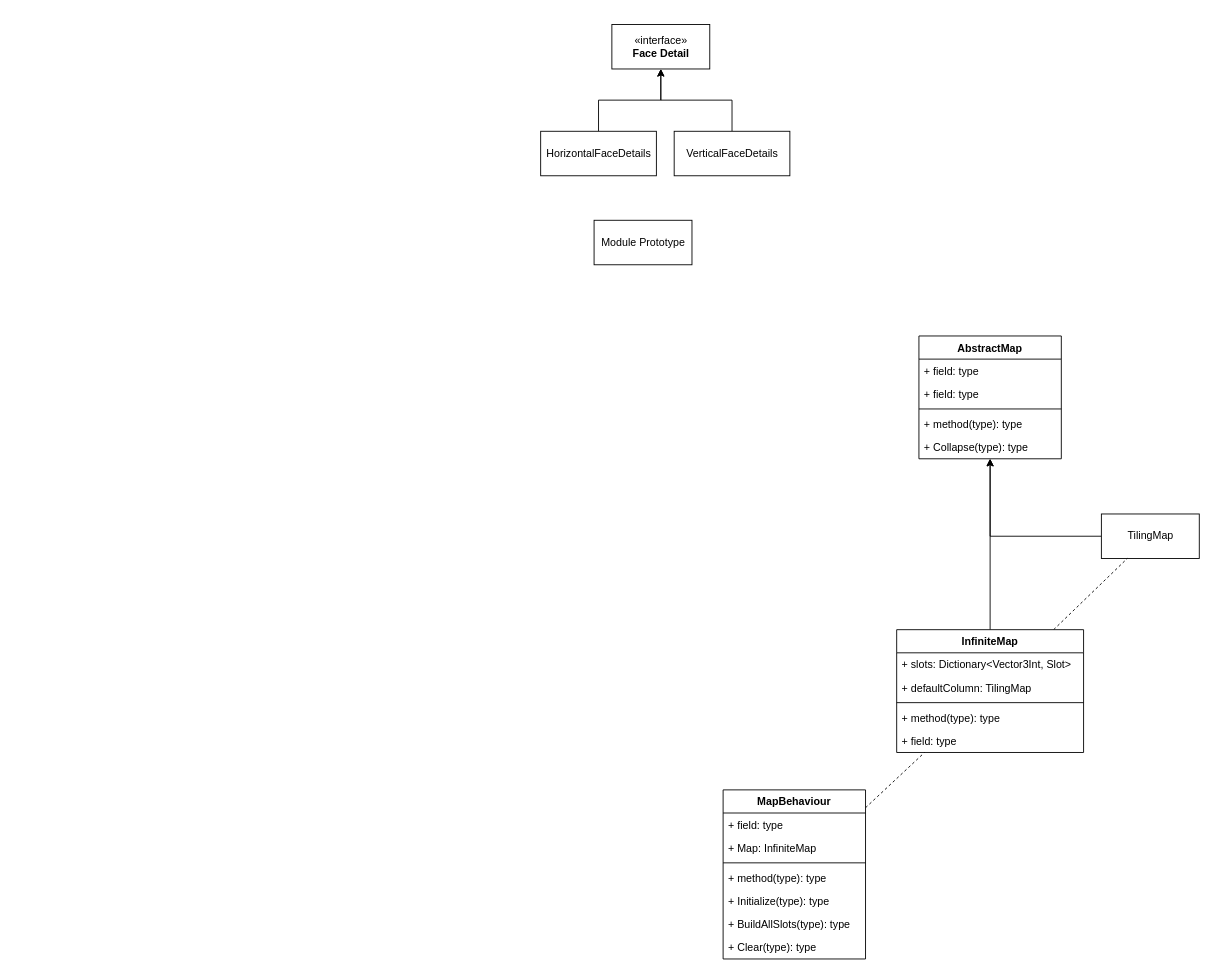
Earlier version of the draw.io diagram WFC.drawio (gatzai/DrawioStorage). Source tidied: cells renumbered, new cells numbered last; positions are measured from the earlier drawing's top-left corner, leaving out a move shared by most shapes. Both pictures are drawn from the tidied source at 89%, with x=0, y=0 at pixel (540, 24).
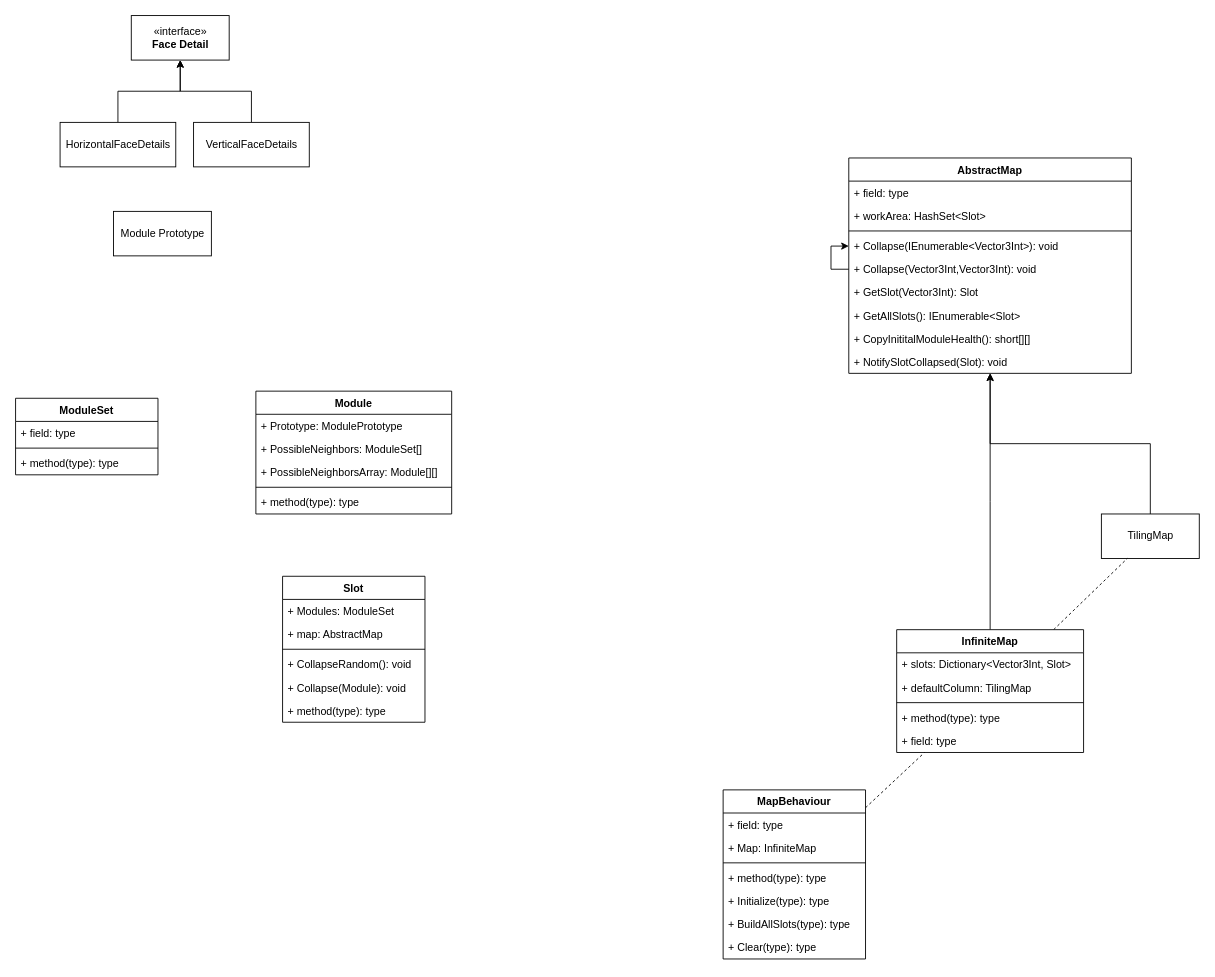
Above is the later version.

Change to the diagram source:
```diff
@@
     <mxCell id="2" value="Module Prototype" style="html=1;" parent="1" vertex="1">
-      <mxGeometry x="60" y="220" width="110" height="50" as="geometry" />
+      <mxGeometry x="-480" y="210" width="110" height="50" as="geometry" />
     </mxCell>
     <mxCell id="3" value="«interface»&lt;br&gt;&lt;b&gt;Face Detail&lt;/b&gt;" style="html=1;" parent="1" vertex="1">
-      <mxGeometry x="80" width="110" height="50" as="geometry" />
+      <mxGeometry x="-460" y="-10" width="110" height="50" as="geometry" />
     </mxCell>
@@
     <mxCell id="5" value="HorizontalFaceDetails" style="html=1;" parent="1" vertex="1">
-      <mxGeometry y="120" width="130" height="50" as="geometry" />
+      <mxGeometry x="-540" y="110" width="130" height="50" as="geometry" />
     </mxCell>
@@
     <mxCell id="7" value="VerticalFaceDetails" style="html=1;" parent="1" vertex="1">
-      <mxGeometry x="150" y="120" width="130" height="50" as="geometry" />
+      <mxGeometry x="-390" y="110" width="130" height="50" as="geometry" />
     </mxCell>
@@
     <mxCell id="27" value="AbstractMap" style="swimlane;fontStyle=1;align=center;verticalAlign=top;horizontal=1;startSize=26;" parent="1" vertex="1">
-      <mxGeometry x="425" y="350" width="160" height="138" as="geometry" />
+      <mxGeometry x="346.2" y="150" width="317.5" height="242" as="geometry" />
     </mxCell>
     <mxCell id="28" value="+ field: type" style="text;strokeColor=none;fillColor=none;align=left;verticalAlign=top;spacingLeft=4;spacingRight=4;overflow=hidden;" parent="27" vertex="1">
-      <mxGeometry y="26" width="160" height="26" as="geometry" />
+      <mxGeometry y="26" width="317.5" height="26" as="geometry" />
     </mxCell>
-    <mxCell id="29" value="+ field: type" style="text;strokeColor=none;fillColor=none;align=left;verticalAlign=top;spacingLeft=4;spacingRight=4;overflow=hidden;" parent="27" vertex="1">
-      <mxGeometry y="52" width="160" height="26" as="geometry" />
+    <mxCell id="29" value="+ workArea: HashSet&lt;Slot&gt;" style="text;strokeColor=none;fillColor=none;align=left;verticalAlign=top;spacingLeft=4;spacingRight=4;overflow=hidden;" parent="27" vertex="1">
+      <mxGeometry y="52" width="317.5" height="26" as="geometry" />
     </mxCell>
     <mxCell id="30" style="line;strokeWidth=1;fillColor=none;align=left;verticalAlign=middle;spacingTop=-1;spacingLeft=3;spacingRight=3;labelPosition=right;" parent="27" vertex="1">
-      <mxGeometry y="78" width="160" height="8" as="geometry" />
+      <mxGeometry y="78" width="317.5" height="8" as="geometry" />
     </mxCell>
-    <mxCell id="31" value="+ method(type): type" style="text;strokeColor=none;fillColor=none;align=left;verticalAlign=top;spacingLeft=4;spacingRight=4;overflow=hidden;" parent="27" vertex="1">
-      <mxGeometry y="86" width="160" height="26" as="geometry" />
-    </mxCell>
-    <mxCell id="32" value="+ Collapse(type): type" style="text;strokeColor=none;fillColor=none;align=left;verticalAlign=top;spacingLeft=4;spacingRight=4;overflow=hidden;points=[[0,0.5],[1,0.5]];portConstraint=eastwest;" parent="27" vertex="1">
-      <mxGeometry y="112" width="160" height="26" as="geometry" />
+    <mxCell id="32" value="+ Collapse(IEnumerable&lt;Vector3Int&gt;): void" style="text;strokeColor=none;fillColor=none;align=left;verticalAlign=top;spacingLeft=4;spacingRight=4;overflow=hidden;points=[[0,0.5],[1,0.5]];portConstraint=eastwest;" parent="27" vertex="1">
+      <mxGeometry y="86" width="317.5" height="26" as="geometry" />
     </mxCell>
+    <mxCell id="33" style="edgeStyle=orthogonalEdgeStyle;rounded=0;jettySize=auto;html=1;" parent="27" edge="1" source="34" target="32">
+      <mxGeometry relative="1" as="geometry" />
+    </mxCell>
+    <mxCell id="34" value="+ Collapse(Vector3Int,Vector3Int): void" style="text;strokeColor=none;fillColor=none;align=left;verticalAlign=top;spacingLeft=4;spacingRight=4;overflow=hidden;points=[[0,0.5],[1,0.5]];portConstraint=eastwest;" parent="27" vertex="1">
+      <mxGeometry y="112" width="317.5" height="26" as="geometry" />
+    </mxCell>
+    <mxCell id="35" value="+ GetSlot(Vector3Int): Slot" style="text;strokeColor=none;fillColor=none;align=left;verticalAlign=top;spacingLeft=4;spacingRight=4;overflow=hidden;" parent="27" vertex="1">
+      <mxGeometry y="138" width="317.5" height="26" as="geometry" />
+    </mxCell>
+    <mxCell id="36" value="+ GetAllSlots(): IEnumerable&lt;Slot&gt;" style="text;strokeColor=none;fillColor=none;align=left;verticalAlign=top;spacingLeft=4;spacingRight=4;overflow=hidden;" parent="27" vertex="1">
+      <mxGeometry y="164" width="317.5" height="26" as="geometry" />
+    </mxCell>
+    <mxCell id="37" value="+ CopyInititalModuleHealth(): short[][]" style="text;strokeColor=none;fillColor=none;align=left;verticalAlign=top;spacingLeft=4;spacingRight=4;overflow=hidden;" parent="27" vertex="1">
+      <mxGeometry y="190" width="317.5" height="26" as="geometry" />
+    </mxCell>
+    <mxCell id="38" value="+ NotifySlotCollapsed(Slot): void" style="text;strokeColor=none;fillColor=none;align=left;verticalAlign=top;spacingLeft=4;spacingRight=4;overflow=hidden;" parent="27" vertex="1">
+      <mxGeometry y="216" width="317.5" height="26" as="geometry" />
+    </mxCell>
+    <mxCell id="39" value="Slot" style="swimlane;fontStyle=1;align=center;verticalAlign=top;horizontal=1;startSize=26;" parent="1" vertex="1">
+      <mxGeometry x="-290" y="620" width="160" height="164" as="geometry" />
+    </mxCell>
+    <mxCell id="40" value="+ Modules: ModuleSet" style="text;strokeColor=none;fillColor=none;align=left;verticalAlign=top;spacingLeft=4;spacingRight=4;overflow=hidden;" parent="39" vertex="1">
+      <mxGeometry y="26" width="160" height="26" as="geometry" />
+    </mxCell>
+    <mxCell id="41" value="+ map: AbstractMap" style="text;strokeColor=none;fillColor=none;align=left;verticalAlign=top;spacingLeft=4;spacingRight=4;overflow=hidden;" parent="39" vertex="1">
+      <mxGeometry y="52" width="160" height="26" as="geometry" />
+    </mxCell>
+    <mxCell id="42" style="line;strokeWidth=1;fillColor=none;align=left;verticalAlign=middle;spacingTop=-1;spacingLeft=3;spacingRight=3;labelPosition=right;" parent="39" vertex="1">
+      <mxGeometry y="78" width="160" height="8" as="geometry" />
+    </mxCell>
+    <mxCell id="43" value="+ CollapseRandom(): void" style="text;strokeColor=none;fillColor=none;align=left;verticalAlign=top;spacingLeft=4;spacingRight=4;overflow=hidden;" parent="39" vertex="1">
+      <mxGeometry y="86" width="160" height="26" as="geometry" />
+    </mxCell>
+    <mxCell id="44" value="+ Collapse(Module): void" style="text;strokeColor=none;fillColor=none;align=left;verticalAlign=top;spacingLeft=4;spacingRight=4;overflow=hidden;" parent="39" vertex="1">
+      <mxGeometry y="112" width="160" height="26" as="geometry" />
+    </mxCell>
+    <mxCell id="45" value="+ method(type): type" style="text;strokeColor=none;fillColor=none;align=left;verticalAlign=top;spacingLeft=4;spacingRight=4;overflow=hidden;" parent="39" vertex="1">
+      <mxGeometry y="138" width="160" height="26" as="geometry" />
+    </mxCell>
+    <mxCell id="46" value="Module" style="swimlane;fontStyle=1;align=center;verticalAlign=top;horizontal=1;startSize=26;" parent="1" vertex="1">
+      <mxGeometry x="-320" y="412" width="220" height="138" as="geometry" />
+    </mxCell>
+    <mxCell id="47" value="+ Prototype: ModulePrototype" style="text;strokeColor=none;fillColor=none;align=left;verticalAlign=top;spacingLeft=4;spacingRight=4;overflow=hidden;" parent="46" vertex="1">
+      <mxGeometry y="26" width="220" height="26" as="geometry" />
+    </mxCell>
+    <mxCell id="48" value="+ PossibleNeighbors: ModuleSet[]" style="text;strokeColor=none;fillColor=none;align=left;verticalAlign=top;spacingLeft=4;spacingRight=4;overflow=hidden;" parent="46" vertex="1">
+      <mxGeometry y="52" width="220" height="26" as="geometry" />
+    </mxCell>
+    <mxCell id="49" value="+ PossibleNeighborsArray: Module[][]" style="text;strokeColor=none;fillColor=none;align=left;verticalAlign=top;spacingLeft=4;spacingRight=4;overflow=hidden;" parent="46" vertex="1">
+      <mxGeometry y="78" width="220" height="26" as="geometry" />
+    </mxCell>
+    <mxCell id="50" style="line;strokeWidth=1;fillColor=none;align=left;verticalAlign=middle;spacingTop=-1;spacingLeft=3;spacingRight=3;labelPosition=right;" parent="46" vertex="1">
+      <mxGeometry y="104" width="220" height="8" as="geometry" />
+    </mxCell>
+    <mxCell id="51" value="+ method(type): type" style="text;strokeColor=none;fillColor=none;align=left;verticalAlign=top;spacingLeft=4;spacingRight=4;overflow=hidden;" parent="46" vertex="1">
+      <mxGeometry y="112" width="220" height="26" as="geometry" />
+    </mxCell>
+    <mxCell id="52" value="ModuleSet" style="swimlane;fontStyle=1;align=center;verticalAlign=top;horizontal=1;startSize=26;" parent="1" vertex="1">
+      <mxGeometry x="-590" y="420" width="160" height="86" as="geometry" />
+    </mxCell>
+    <mxCell id="53" value="+ field: type" style="text;strokeColor=none;fillColor=none;align=left;verticalAlign=top;spacingLeft=4;spacingRight=4;overflow=hidden;" parent="52" vertex="1">
+      <mxGeometry y="26" width="160" height="26" as="geometry" />
+    </mxCell>
+    <mxCell id="54" style="line;strokeWidth=1;fillColor=none;align=left;verticalAlign=middle;spacingTop=-1;spacingLeft=3;spacingRight=3;labelPosition=right;" parent="52" vertex="1">
+      <mxGeometry y="52" width="160" height="8" as="geometry" />
+    </mxCell>
+    <mxCell id="55" value="+ method(type): type" style="text;strokeColor=none;fillColor=none;align=left;verticalAlign=top;spacingLeft=4;spacingRight=4;overflow=hidden;" parent="52" vertex="1">
+      <mxGeometry y="60" width="160" height="26" as="geometry" />
+    </mxCell>
```
